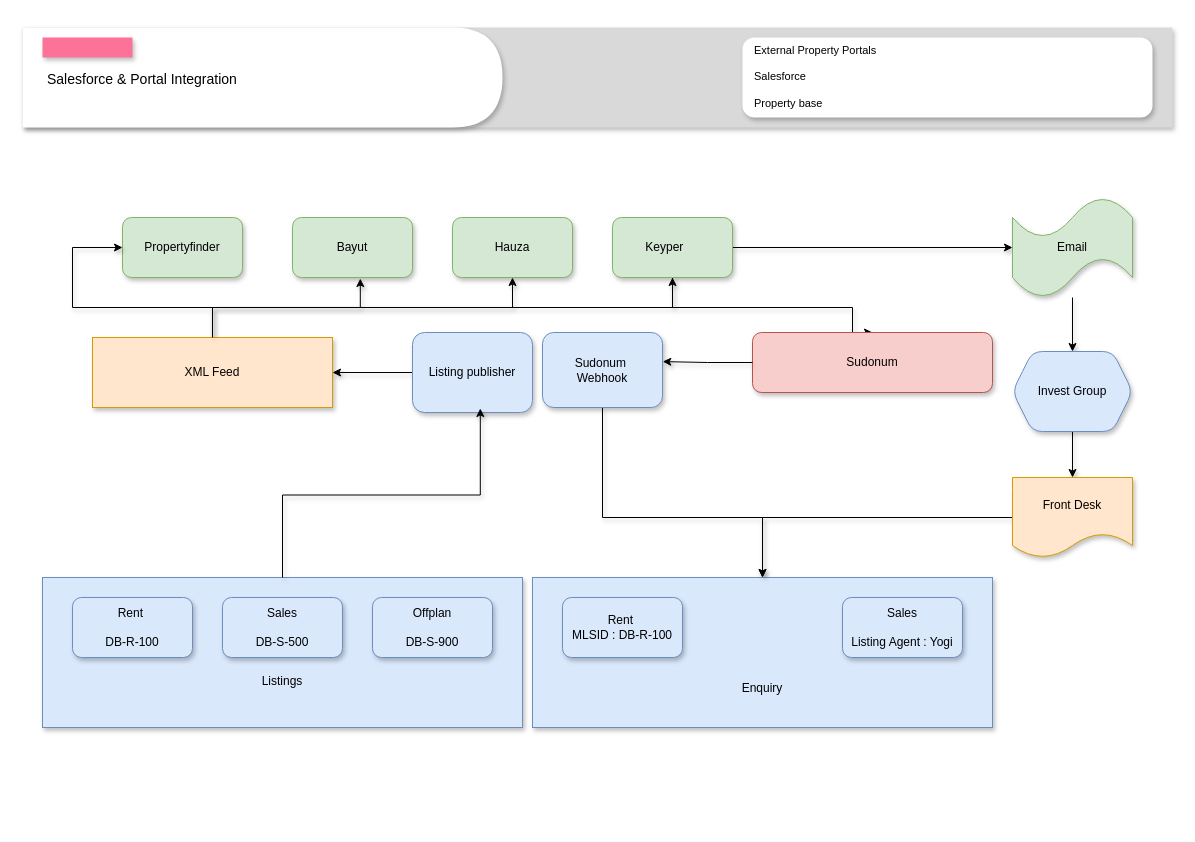
ybbhosale2023/Propertybase keeps this draw.io diagram as page "Portal Email Integration" (11 of 21) of Real Estate Business.drawio. Above is the earlier version. Source tidied: cells renumbered, new cells numbered last; positions are measured from the earlier drawing's top-left corner, leaving out a move shared by most shapes. Both pictures are drawn from the tidied source at 100%, with x=0, y=0 at pixel (22, 27). Pictures stored in the file or linked from it are replaced by grey dashed boxes.
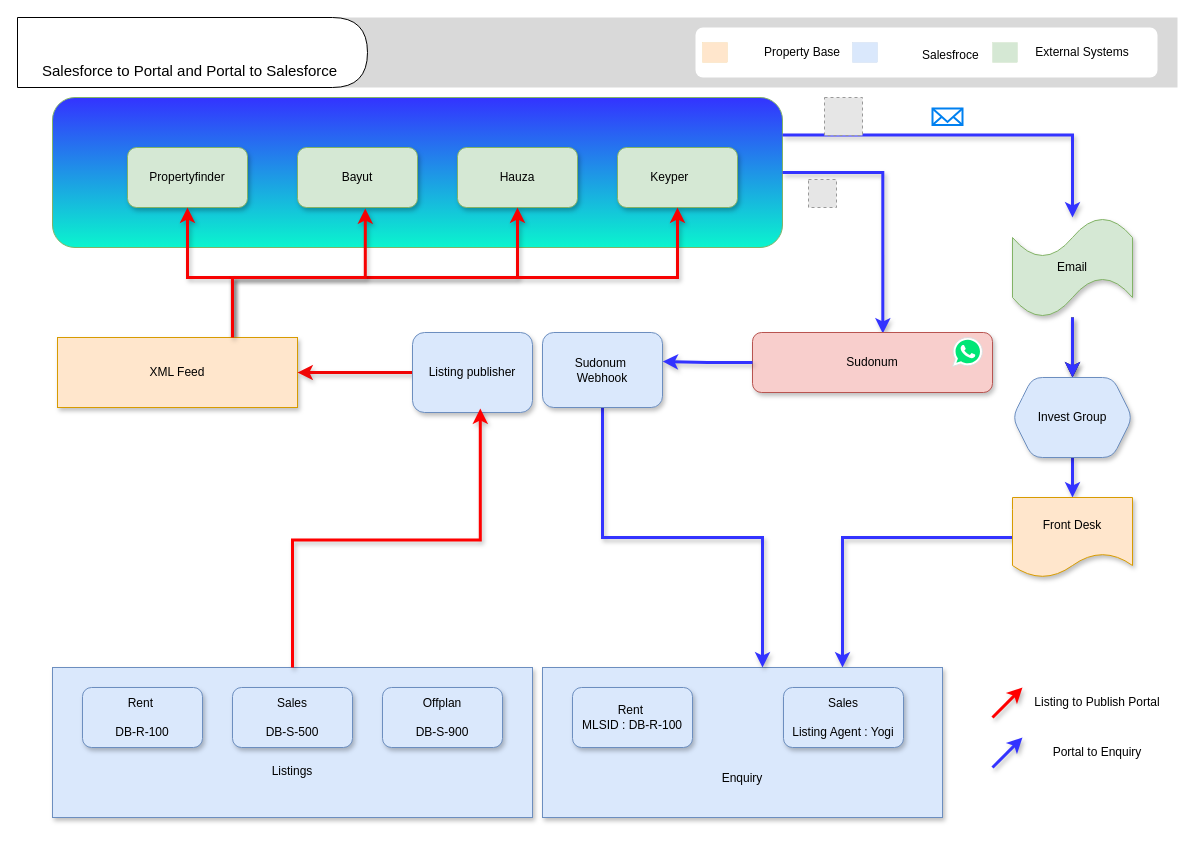
After the change.

Unchanged cells that the change refers to:
```xml
<mxCell id="18" value="Listing publisher" style="rounded=1;whiteSpace=wrap;html=1;fillColor=#dae8fc;strokeColor=#6c8ebf;shadow=1;" parent="1" vertex="1">
  <mxGeometry x="390" y="305" width="120" height="80" as="geometry" />
</mxCell>
<mxCell id="34" value="Sudonum" style="rounded=1;whiteSpace=wrap;html=1;fillColor=#f8cecc;strokeColor=#b85450;shadow=1;" parent="1" vertex="1">
  <mxGeometry x="730" y="305" width="240" height="60" as="geometry" />
</mxCell>
<mxCell id="36" value="Sudonum&amp;nbsp;&lt;div&gt;Webhook&lt;/div&gt;" style="rounded=1;whiteSpace=wrap;html=1;fillColor=#dae8fc;strokeColor=#6c8ebf;shadow=1;" parent="1" vertex="1">
  <mxGeometry x="520" y="305" width="120" height="75" as="geometry" />
</mxCell>
```

Change to the diagram source:
```diff
@@
-    <mxCell id="2" style="strokeColor=none;fillColor=#d9d9d9;shadow=1;" parent="1" vertex="1">
-      <mxGeometry width="1150" height="100" as="geometry" />
-    </mxCell>
-    <mxCell id="3" style="shape=delay;whiteSpace=wrap;html=1;strokeColor=none;shadow=1;" parent="2" vertex="1">
-      <mxGeometry width="480" height="100" relative="1" as="geometry" />
-    </mxCell>
-    <mxCell id="4" style="rounded=0;whiteSpace=wrap;html=1;fillColor=#fd7298;strokeColor=none;align=left;spacingLeft=5;fontSize=10;shadow=1;" parent="3" vertex="1">
-      <mxGeometry width="90" height="20" relative="1" as="geometry">
-        <mxPoint x="20" y="10" as="offset" />
-      </mxGeometry>
-    </mxCell>
-    <mxCell id="5" value="&lt;h3&gt;&lt;span style=&quot;background-color: initial; font-weight: normal; font-size: 14px;&quot;&gt;Salesforce &amp;amp; Portal Integration&amp;nbsp;&lt;/span&gt;&lt;/h3&gt;&lt;h3&gt;&lt;br&gt;&lt;/h3&gt;" style="text;html=1;strokeColor=none;fillColor=none;spacing=5;spacingTop=-20;whiteSpace=wrap;overflow=hidden;rounded=0;shadow=1;" parent="3" vertex="1">
-      <mxGeometry width="440" height="100" relative="1" as="geometry">
-        <mxPoint x="20" y="40" as="offset" />
-      </mxGeometry>
-    </mxCell>
-    <mxCell id="6" value="External Property Portals&lt;div&gt;&lt;br&gt;&lt;div&gt;Salesforce&amp;nbsp;&lt;/div&gt;&lt;/div&gt;&lt;div&gt;&lt;br&gt;&lt;/div&gt;&lt;div&gt;Property base&amp;nbsp;&lt;/div&gt;" style="rounded=1;whiteSpace=wrap;html=1;strokeColor=none;verticalAlign=top;align=left;spacingLeft=10;fontSize=11;shadow=1;" parent="2" vertex="1">
-      <mxGeometry x="1" width="410" height="80" relative="1" as="geometry">
-        <mxPoint x="-430" y="10" as="offset" />
-      </mxGeometry>
-    </mxCell>
+    <mxCell id="38" style="rounded=1;whiteSpace=wrap;html=1;fillColor=#3333FF;strokeColor=#82b366;gradientColor=#0af5ce;" parent="1" vertex="1">
+      <mxGeometry x="30" y="70" width="730" height="150" as="geometry" />
+    </mxCell>
     <mxCell id="7" value="Propertyfinder" style="rounded=1;whiteSpace=wrap;html=1;fillColor=#d5e8d4;strokeColor=#82b366;shadow=1;" parent="1" vertex="1">
-      <mxGeometry x="100" y="190" width="120" height="60" as="geometry" />
+      <mxGeometry x="105" y="120" width="120" height="60" as="geometry" />
     </mxCell>
     <mxCell id="8" value="Bayut" style="rounded=1;whiteSpace=wrap;html=1;fillColor=#d5e8d4;strokeColor=#82b366;shadow=1;" parent="1" vertex="1">
-      <mxGeometry x="270" y="190" width="120" height="60" as="geometry" />
+      <mxGeometry x="275" y="120" width="120" height="60" as="geometry" />
     </mxCell>
     <mxCell id="9" value="Hauza" style="rounded=1;whiteSpace=wrap;html=1;fillColor=#d5e8d4;strokeColor=#82b366;shadow=1;" parent="1" vertex="1">
-      <mxGeometry x="430" y="190" width="120" height="60" as="geometry" />
+      <mxGeometry x="435" y="120" width="120" height="60" as="geometry" />
     </mxCell>
-    <mxCell id="10" style="edgeStyle=orthogonalEdgeStyle;rounded=0;jettySize=auto;html=1;shadow=1;" parent="1" edge="1" source="12" target="26">
-      <mxGeometry relative="1" as="geometry" />
+    <mxCell id="10" style="edgeStyle=orthogonalEdgeStyle;rounded=0;jettySize=auto;html=1;shadow=1;flowAnimation=1;strokeWidth=3;exitX=1;exitY=0.25;exitDx=0;exitDy=0;strokeColor=#3333FF;" parent="1" edge="1" source="38" target="26">
+      <mxGeometry relative="1" as="geometry">
+        <Array as="points">
+          <mxPoint x="1050" y="108" />
+        </Array>
+      </mxGeometry>
     </mxCell>
-    <mxCell id="11" style="edgeStyle=orthogonalEdgeStyle;rounded=0;jettySize=auto;html=1;entryX=0.5;entryY=0;entryDx=0;entryDy=0;shadow=1;" parent="1" edge="1" source="12" target="34">
-      <mxGeometry relative="1" as="geometry">
-        <Array as="points">
-          <mxPoint x="650" y="280" />
-          <mxPoint x="830" y="280" />
-        </Array>
-      </mxGeometry>
+    <mxCell id="11" style="edgeStyle=orthogonalEdgeStyle;rounded=0;jettySize=auto;html=1;entryX=0.543;entryY=0.017;entryDx=0;entryDy=0;shadow=1;flowAnimation=1;strokeWidth=3;exitX=1;exitY=0.5;exitDx=0;exitDy=0;entryPerimeter=0;strokeColor=#3333FF;" parent="1" edge="1" source="38" target="34">
+      <mxGeometry relative="1" as="geometry" />
     </mxCell>
     <mxCell id="12" value="Keyper&lt;span style=&quot;white-space: pre;&quot;&gt;&#9;&lt;/span&gt;" style="rounded=1;whiteSpace=wrap;html=1;fillColor=#d5e8d4;strokeColor=#82b366;shadow=1;" parent="1" vertex="1">
-      <mxGeometry x="590" y="190" width="120" height="60" as="geometry" />
+      <mxGeometry x="595" y="120" width="120" height="60" as="geometry" />
     </mxCell>
-    <mxCell id="13" style="edgeStyle=orthogonalEdgeStyle;rounded=0;jettySize=auto;html=1;entryX=0;entryY=0.5;entryDx=0;entryDy=0;shadow=1;" parent="1" edge="1" source="16" target="7">
-      <mxGeometry relative="1" as="geometry" />
+    <mxCell id="13" style="edgeStyle=orthogonalEdgeStyle;rounded=0;jettySize=auto;html=1;entryX=0.5;entryY=1;entryDx=0;entryDy=0;shadow=1;flowAnimation=1;strokeWidth=3;strokeColor=#f70202;" parent="1" edge="1" source="16" target="7">
+      <mxGeometry relative="1" as="geometry">
+        <Array as="points">
+          <mxPoint x="210" y="250" />
+          <mxPoint x="165" y="250" />
+        </Array>
+      </mxGeometry>
     </mxCell>
-    <mxCell id="14" style="edgeStyle=orthogonalEdgeStyle;rounded=0;jettySize=auto;html=1;entryX=0.5;entryY=1;entryDx=0;entryDy=0;shadow=1;" parent="1" edge="1" source="16" target="9">
+    <mxCell id="14" style="edgeStyle=orthogonalEdgeStyle;rounded=0;jettySize=auto;html=1;entryX=0.5;entryY=1;entryDx=0;entryDy=0;shadow=1;flowAnimation=1;strokeWidth=3;strokeColor=#f70202;" parent="1" edge="1" source="16" target="9">
       <mxGeometry relative="1" as="geometry">
         <Array as="points">
-          <mxPoint x="190" y="280" />
-          <mxPoint x="490" y="280" />
+          <mxPoint x="210" y="250" />
+          <mxPoint x="495" y="250" />
         </Array>
       </mxGeometry>
     </mxCell>
-    <mxCell id="15" style="edgeStyle=orthogonalEdgeStyle;rounded=0;jettySize=auto;html=1;entryX=0.5;entryY=1;entryDx=0;entryDy=0;shadow=1;" parent="1" edge="1" source="16" target="12">
+    <mxCell id="15" style="edgeStyle=orthogonalEdgeStyle;rounded=0;jettySize=auto;html=1;entryX=0.5;entryY=1;entryDx=0;entryDy=0;shadow=1;flowAnimation=1;strokeWidth=3;strokeColor=#f70202;" parent="1" edge="1" target="12">
       <mxGeometry relative="1" as="geometry">
+        <mxPoint x="210" y="324" as="sourcePoint" />
         <Array as="points">
-          <mxPoint x="190" y="280" />
-          <mxPoint x="650" y="280" />
+          <mxPoint x="210" y="250" />
+          <mxPoint x="655" y="250" />
         </Array>
       </mxGeometry>
     </mxCell>
     <mxCell id="16" value="XML Feed" style="rounded=0;whiteSpace=wrap;html=1;fillColor=#ffe6cc;strokeColor=#d79b00;shadow=1;" parent="1" vertex="1">
-      <mxGeometry x="70" y="310" width="240" height="70" as="geometry" />
+      <mxGeometry x="35" y="310" width="240" height="70" as="geometry" />
     </mxCell>
-    <mxCell id="17" style="edgeStyle=orthogonalEdgeStyle;rounded=0;jettySize=auto;html=1;entryX=1;entryY=0.5;entryDx=0;entryDy=0;shadow=1;" parent="1" edge="1" source="18" target="16">
+    <mxCell id="17" style="edgeStyle=orthogonalEdgeStyle;rounded=0;jettySize=auto;html=1;entryX=1;entryY=0.5;entryDx=0;entryDy=0;shadow=1;flowAnimation=1;strokeWidth=3;strokeColor=#f00505;" parent="1" edge="1" source="18" target="16">
       <mxGeometry relative="1" as="geometry" />
     </mxCell>
@@
-    <mxCell id="19" style="edgeStyle=orthogonalEdgeStyle;rounded=0;jettySize=auto;html=1;entryX=0.565;entryY=1.017;entryDx=0;entryDy=0;entryPerimeter=0;shadow=1;" parent="1" edge="1" source="16" target="8">
-      <mxGeometry relative="1" as="geometry" />
+    <mxCell id="19" style="edgeStyle=orthogonalEdgeStyle;rounded=0;jettySize=auto;html=1;entryX=0.565;entryY=1.017;entryDx=0;entryDy=0;entryPerimeter=0;shadow=1;flowAnimation=1;strokeWidth=3;strokeColor=#f70202;" parent="1" edge="1" source="16" target="8">
+      <mxGeometry relative="1" as="geometry">
+        <Array as="points">
+          <mxPoint x="210" y="250" />
+          <mxPoint x="343" y="250" />
+        </Array>
+      </mxGeometry>
     </mxCell>
     <mxCell id="20" value="&lt;div&gt;&lt;br&gt;&lt;/div&gt;&lt;div&gt;&lt;br&gt;&lt;/div&gt;&lt;div&gt;&lt;br&gt;&lt;/div&gt;&lt;div&gt;&lt;br&gt;&lt;/div&gt;&lt;div&gt;Listings&lt;/div&gt;" style="rounded=0;whiteSpace=wrap;html=1;fillColor=#dae8fc;strokeColor=#6c8ebf;shadow=1;" parent="1" vertex="1">
-      <mxGeometry x="20" y="550" width="480" height="150" as="geometry" />
+      <mxGeometry x="30" y="640" width="480" height="150" as="geometry" />
     </mxCell>
     <mxCell id="21" value="Rent&amp;nbsp;&lt;div&gt;&lt;br&gt;&lt;div&gt;&lt;span style=&quot;background-color: initial;&quot;&gt;DB-R-100&lt;/span&gt;&lt;/div&gt;&lt;/div&gt;" style="rounded=1;whiteSpace=wrap;html=1;fillColor=#dae8fc;strokeColor=#6c8ebf;shadow=1;" parent="1" vertex="1">
-      <mxGeometry x="50" y="570" width="120" height="60" as="geometry" />
+      <mxGeometry x="60" y="660" width="120" height="60" as="geometry" />
     </mxCell>
     <mxCell id="22" value="Sales&lt;div&gt;&lt;br&gt;&lt;div&gt;DB-S-500&lt;/div&gt;&lt;/div&gt;" style="rounded=1;whiteSpace=wrap;html=1;fillColor=#dae8fc;strokeColor=#6c8ebf;shadow=1;" parent="1" vertex="1">
-      <mxGeometry x="200" y="570" width="120" height="60" as="geometry" />
+      <mxGeometry x="210" y="660" width="120" height="60" as="geometry" />
     </mxCell>
     <mxCell id="23" value="Offplan&lt;div&gt;&lt;br&gt;&lt;div&gt;DB-S-900&lt;/div&gt;&lt;/div&gt;" style="rounded=1;whiteSpace=wrap;html=1;fillColor=#dae8fc;strokeColor=#6c8ebf;shadow=1;" parent="1" vertex="1">
-      <mxGeometry x="350" y="570" width="120" height="60" as="geometry" />
+      <mxGeometry x="360" y="660" width="120" height="60" as="geometry" />
     </mxCell>
-    <mxCell id="24" style="edgeStyle=orthogonalEdgeStyle;rounded=0;jettySize=auto;html=1;entryX=0.565;entryY=0.95;entryDx=0;entryDy=0;entryPerimeter=0;shadow=1;" parent="1" edge="1" source="20" target="18">
+    <mxCell id="24" style="edgeStyle=orthogonalEdgeStyle;rounded=0;jettySize=auto;html=1;entryX=0.565;entryY=0.95;entryDx=0;entryDy=0;entryPerimeter=0;shadow=1;flowAnimation=1;strokeWidth=3;strokeColor=#FF0000;" parent="1" edge="1" source="20" target="18">
       <mxGeometry relative="1" as="geometry" />
     </mxCell>
-    <mxCell id="25" style="edgeStyle=orthogonalEdgeStyle;rounded=0;jettySize=auto;html=1;shadow=1;" parent="1" edge="1" source="26" target="28">
+    <mxCell id="25" style="edgeStyle=orthogonalEdgeStyle;rounded=0;jettySize=auto;html=1;shadow=1;flowAnimation=1;strokeWidth=3;" parent="1" edge="1" source="26" target="28">
       <mxGeometry relative="1" as="geometry" />
     </mxCell>
+    <mxCell id="39" style="edgeStyle=orthogonalEdgeStyle;rounded=0;jettySize=auto;html=1;strokeColor=#3333FF;flowAnimation=1;shadow=1;strokeWidth=3;align=center;verticalAlign=middle;fontFamily=Helvetica;fontSize=11;fontColor=default;labelBackgroundColor=default;endArrow=classic;" parent="1" edge="1" source="26" target="28">
+      <mxGeometry relative="1" as="geometry" />
+    </mxCell>
     <mxCell id="26" value="Email" style="shape=tape;whiteSpace=wrap;html=1;fillColor=#d5e8d4;strokeColor=#82b366;rounded=1;shadow=1;" parent="1" vertex="1">
-      <mxGeometry x="990" y="170" width="120" height="100" as="geometry" />
+      <mxGeometry x="990" y="190" width="120" height="100" as="geometry" />
     </mxCell>
-    <mxCell id="27" style="edgeStyle=orthogonalEdgeStyle;rounded=0;jettySize=auto;html=1;shadow=1;" parent="1" edge="1" source="28" target="30">
+    <mxCell id="27" style="edgeStyle=orthogonalEdgeStyle;rounded=0;jettySize=auto;html=1;shadow=1;flowAnimation=1;strokeWidth=3;strokeColor=#3333FF;" parent="1" edge="1" source="28" target="30">
       <mxGeometry relative="1" as="geometry" />
     </mxCell>
     <mxCell id="28" value="Invest Group" style="shape=hexagon;perimeter=hexagonPerimeter2;whiteSpace=wrap;html=1;fixedSize=1;fillColor=#dae8fc;strokeColor=#6c8ebf;rounded=1;shadow=1;" parent="1" vertex="1">
-      <mxGeometry x="990" y="324" width="120" height="80" as="geometry" />
+      <mxGeometry x="990" y="350" width="120" height="80" as="geometry" />
     </mxCell>
-    <mxCell id="29" style="edgeStyle=orthogonalEdgeStyle;rounded=0;jettySize=auto;html=1;entryX=0.5;entryY=0;entryDx=0;entryDy=0;shadow=1;" parent="1" edge="1" source="30" target="31">
-      <mxGeometry relative="1" as="geometry">
-        <Array as="points">
-          <mxPoint x="740" y="490" />
-        </Array>
-      </mxGeometry>
+    <mxCell id="29" style="edgeStyle=orthogonalEdgeStyle;rounded=0;jettySize=auto;html=1;entryX=0.75;entryY=0;entryDx=0;entryDy=0;shadow=1;strokeColor=#3333FF;strokeWidth=3;align=center;verticalAlign=middle;fontFamily=Helvetica;fontSize=11;fontColor=default;labelBackgroundColor=default;endArrow=classic;flowAnimation=1;" parent="1" edge="1" source="30" target="31">
+      <mxGeometry relative="1" as="geometry" />
     </mxCell>
     <mxCell id="30" value="Front Desk" style="shape=document;whiteSpace=wrap;html=1;boundedLbl=1;fillColor=#ffe6cc;strokeColor=#d79b00;rounded=1;shadow=1;" parent="1" vertex="1">
-      <mxGeometry x="990" y="450" width="120" height="80" as="geometry" />
+      <mxGeometry x="990" y="470" width="120" height="80" as="geometry" />
     </mxCell>
     <mxCell id="31" value="&lt;div&gt;&lt;br&gt;&lt;/div&gt;&lt;div&gt;&lt;br&gt;&lt;/div&gt;&lt;div&gt;&lt;br&gt;&lt;/div&gt;&lt;div&gt;&lt;br&gt;&lt;/div&gt;&lt;div&gt;&lt;br&gt;&lt;/div&gt;&lt;div&gt;Enquiry&lt;/div&gt;" style="rounded=0;whiteSpace=wrap;html=1;fillColor=#dae8fc;strokeColor=#6c8ebf;shadow=1;" parent="1" vertex="1">
-      <mxGeometry x="510" y="550" width="460" height="150" as="geometry" />
+      <mxGeometry x="520" y="640" width="400" height="150" as="geometry" />
     </mxCell>
     <mxCell id="32" value="Rent&amp;nbsp;&lt;div&gt;MLSID : DB-R-100&lt;/div&gt;" style="rounded=1;whiteSpace=wrap;html=1;fillColor=#dae8fc;strokeColor=#6c8ebf;shadow=1;" parent="1" vertex="1">
-      <mxGeometry x="540" y="570" width="120" height="60" as="geometry" />
+      <mxGeometry x="550" y="660" width="120" height="60" as="geometry" />
     </mxCell>
     <mxCell id="33" value="Sales&lt;div&gt;&lt;br&gt;&lt;/div&gt;&lt;div&gt;Listing Agent : Yogi&lt;/div&gt;" style="rounded=1;whiteSpace=wrap;html=1;fillColor=#dae8fc;strokeColor=#6c8ebf;shadow=1;" parent="1" vertex="1">
-      <mxGeometry x="820" y="570" width="120" height="60" as="geometry" />
+      <mxGeometry x="761" y="660" width="120" height="60" as="geometry" />
     </mxCell>
@@
-    <mxCell id="35" style="edgeStyle=orthogonalEdgeStyle;rounded=0;jettySize=auto;html=1;entryX=0.5;entryY=0;entryDx=0;entryDy=0;shadow=1;" parent="1" edge="1" source="36" target="31">
+    <mxCell id="35" style="edgeStyle=orthogonalEdgeStyle;rounded=0;jettySize=auto;html=1;shadow=1;flowAnimation=1;strokeWidth=3;strokeColor=#3333FF;" parent="1" edge="1" source="36" target="31">
       <mxGeometry relative="1" as="geometry">
         <Array as="points">
-          <mxPoint x="580" y="490" />
-          <mxPoint x="740" y="490" />
+          <mxPoint x="580" y="510" />
+          <mxPoint x="740" y="510" />
         </Array>
       </mxGeometry>
     </mxCell>
@@
-    <mxCell id="37" style="edgeStyle=orthogonalEdgeStyle;rounded=0;jettySize=auto;html=1;entryX=1.002;entryY=0.388;entryDx=0;entryDy=0;entryPerimeter=0;shadow=1;" parent="1" edge="1" source="34" target="36">
+    <mxCell id="37" style="edgeStyle=orthogonalEdgeStyle;rounded=0;jettySize=auto;html=1;entryX=1.002;entryY=0.388;entryDx=0;entryDy=0;entryPerimeter=0;shadow=1;flowAnimation=1;strokeWidth=3;strokeColor=#3333FF;" parent="1" edge="1" source="34" target="36">
       <mxGeometry relative="1" as="geometry" />
     </mxCell>
+    <mxCell id="40" style="dashed=0;html=1;align=center;labelPosition=center;verticalLabelPosition=bottom;verticalAlign=top;shape=mxgraph.weblogos.whatsapp;fillColor=#00E676;strokeColor=#dddddd;" parent="1" vertex="1">
+      <mxGeometry x="930" y="310" width="30" height="29" as="geometry" />
+    </mxCell>
+    <mxCell id="41" style="fillColor=#E6E6E6;strokeColor=#999999;dashed=1;html=1;verticalAlign=top;verticalLabelPosition=bottom;labelBackgroundColor=#ffffff;" parent="1" vertex="1">
+      <mxGeometry x="786" y="152" width="28" height="28" as="geometry" />
+    </mxCell>
+    <mxCell id="42" style="fillColor=#E6E6E6;strokeColor=#999999;dashed=1;html=1;verticalAlign=top;verticalLabelPosition=bottom;labelBackgroundColor=#ffffff;" parent="1" vertex="1">
+      <mxGeometry x="802" y="70" width="38" height="38" as="geometry" />
+    </mxCell>
+    <mxCell id="43" style="html=1;verticalLabelPosition=bottom;align=center;labelBackgroundColor=#ffffff;verticalAlign=top;strokeWidth=2;strokeColor=#0080F0;shadow=0;dashed=0;shape=mxgraph.ios7.icons.mail;" parent="1" vertex="1">
+      <mxGeometry x="910" y="81" width="30" height="16.5" as="geometry" />
+    </mxCell>
+    <mxCell id="44" style="endArrow=classic;html=1;rounded=0;shadow=1;strokeColor=#FF0000;strokeWidth=3;align=center;verticalAlign=middle;fontFamily=Helvetica;fontSize=11;fontColor=default;labelBackgroundColor=default;flowAnimation=1;" parent="1" edge="1">
+      <mxGeometry relative="1" as="geometry">
+        <mxPoint x="970" y="690" as="sourcePoint" />
+        <mxPoint x="1000" y="660" as="targetPoint" />
+      </mxGeometry>
+    </mxCell>
+    <mxCell id="45" value="Listing to Publish Portal" style="text;html=1;align=center;verticalAlign=middle;whiteSpace=wrap;rounded=0;" parent="1" vertex="1">
+      <mxGeometry x="1010" y="660" width="130" height="30" as="geometry" />
+    </mxCell>
+    <mxCell id="46" style="endArrow=classic;html=1;rounded=0;shadow=1;strokeColor=#3333FF;strokeWidth=3;align=center;verticalAlign=middle;fontFamily=Helvetica;fontSize=11;fontColor=default;labelBackgroundColor=default;flowAnimation=1;" parent="1" edge="1">
+      <mxGeometry relative="1" as="geometry">
+        <mxPoint x="970" y="740" as="sourcePoint" />
+        <mxPoint x="1000" y="710" as="targetPoint" />
+      </mxGeometry>
+    </mxCell>
+    <mxCell id="47" value="Portal to Enquiry" style="text;html=1;align=center;verticalAlign=middle;whiteSpace=wrap;rounded=0;" parent="1" vertex="1">
+      <mxGeometry x="1010" y="710" width="130" height="30" as="geometry" />
+    </mxCell>
+    <mxCell id="48" style="strokeColor=none;fillColor=#d9d9d9;" parent="1" vertex="1">
+      <mxGeometry x="-5" y="-10" width="1160" height="70" as="geometry" />
+    </mxCell>
+    <mxCell id="49" style="shape=delay;whiteSpace=wrap;html=1;fontStyle=1;fontSize=15;" parent="48" vertex="1">
+      <mxGeometry width="350" height="70" relative="1" as="geometry" />
+    </mxCell>
+    <mxCell id="50" value="&lt;h3 style=&quot;font-size: 15px;&quot;&gt;&lt;span style=&quot;font-size: 15px; font-weight: 400;&quot;&gt;Salesforce to Portal and Portal to Salesforce&amp;nbsp;&lt;/span&gt;&lt;/h3&gt;" style="text;html=1;strokeColor=none;fillColor=none;spacing=5;spacingTop=-20;whiteSpace=wrap;overflow=hidden;rounded=0;fontSize=15;" parent="49" vertex="1">
+      <mxGeometry width="310" height="20" relative="1" as="geometry">
+        <mxPoint x="20" y="40" as="offset" />
+      </mxGeometry>
+    </mxCell>
+    <mxCell id="51" style="rounded=1;whiteSpace=wrap;html=1;strokeColor=none;verticalAlign=top;align=left;spacingLeft=10;fontSize=11;" parent="48" vertex="1">
+      <mxGeometry x="1" width="462" height="50" relative="1" as="geometry">
+        <mxPoint x="-482" y="10" as="offset" />
+      </mxGeometry>
+    </mxCell>
+    <mxCell id="52" style="group;" parent="48" vertex="1">
+      <mxGeometry x="685" y="20" width="155" height="30" as="geometry" />
+    </mxCell>
+    <mxCell id="53" style="rounded=0;whiteSpace=wrap;html=1;glass=0;shadow=0;strokeWidth=0;perimeterSpacing=0;fillColor=#ffe6cc;strokeColor=#d79b00;align=center;verticalAlign=middle;fontFamily=Helvetica;fontSize=12;fontColor=default;" parent="52" vertex="1">
+      <mxGeometry y="5" width="25" height="20" as="geometry" />
+    </mxCell>
+    <mxCell id="54" value="Property Base" style="text;html=1;align=center;verticalAlign=middle;whiteSpace=wrap;rounded=1;glass=0;shadow=0;strokeWidth=2;" parent="52" vertex="1">
+      <mxGeometry x="45" width="110" height="30" as="geometry" />
+    </mxCell>
+    <mxCell id="55" style="group;" parent="48" vertex="1">
+      <mxGeometry x="835" y="20" width="155" height="35" as="geometry" />
+    </mxCell>
+    <mxCell id="56" style="rounded=0;whiteSpace=wrap;html=1;glass=0;shadow=0;strokeWidth=0;perimeterSpacing=0;fillColor=#dae8fc;strokeColor=#6c8ebf;align=center;verticalAlign=middle;fontFamily=Helvetica;fontSize=12;" parent="55" vertex="1">
+      <mxGeometry y="5" width="25" height="20" as="geometry" />
+    </mxCell>
+    <mxCell id="57" value="Salesfroce&amp;nbsp;" style="text;html=1;align=center;verticalAlign=middle;whiteSpace=wrap;rounded=1;glass=0;shadow=0;strokeWidth=2;" parent="55" vertex="1">
+      <mxGeometry x="45" width="110" height="35" as="geometry" />
+    </mxCell>
+    <mxCell id="58" style="rounded=0;whiteSpace=wrap;html=1;glass=0;shadow=0;strokeWidth=0;perimeterSpacing=0;fillColor=#d5e8d4;strokeColor=#82b366;align=center;verticalAlign=middle;fontFamily=Helvetica;fontSize=12;" parent="48" vertex="1">
+      <mxGeometry x="975" y="25" width="25" height="20" as="geometry" />
+    </mxCell>
+    <mxCell id="59" value="External Systems" style="text;html=1;align=center;verticalAlign=middle;whiteSpace=wrap;rounded=1;glass=0;shadow=0;strokeWidth=2;" parent="48" vertex="1">
+      <mxGeometry x="1010" y="20" width="110" height="30" as="geometry" />
+    </mxCell>
```
